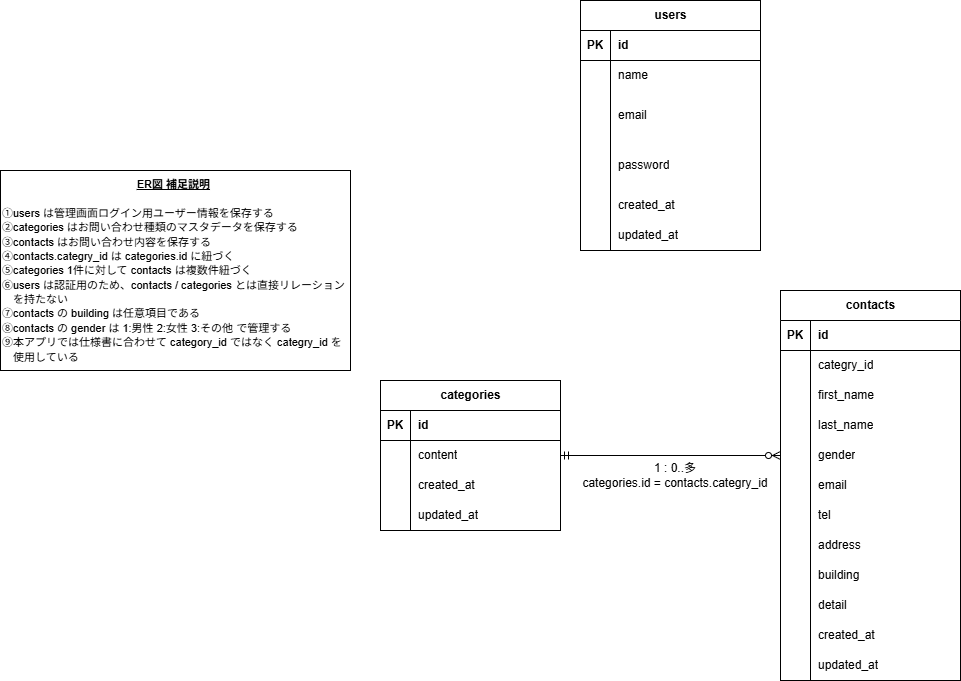
Earlier version of the draw.io export ER.drawio.png (Mussy649/masuda-kadai1). Source tidied: cells renumbered, new cells last; positions are measured from the earlier drawing's top-left corner, leaving out a move shared by most shapes.
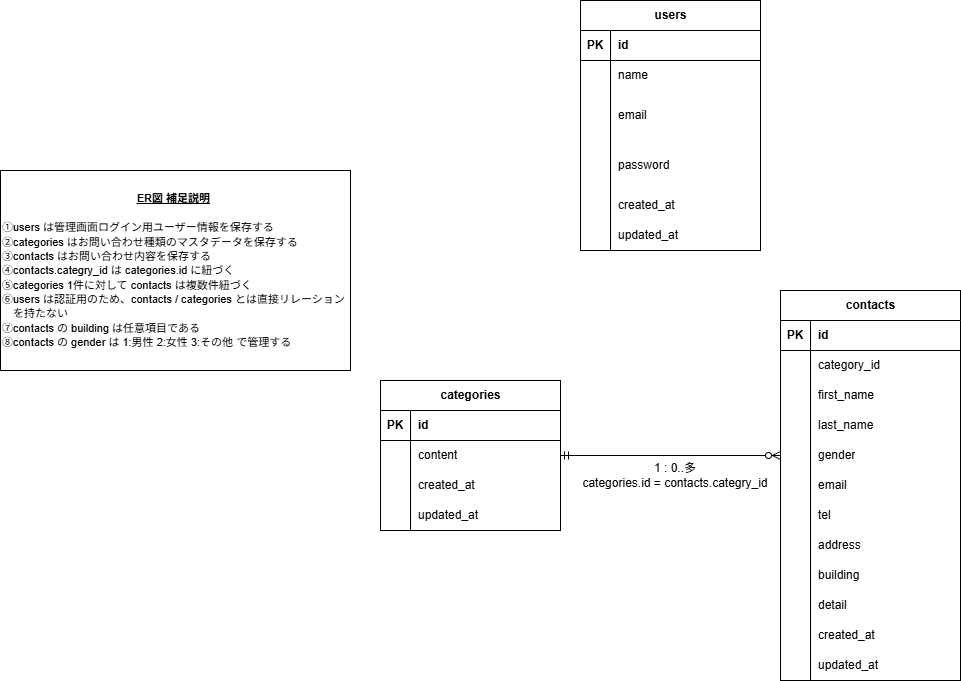
Later version of the same file.

Commit message:
Update README and ER diagram for category_id

Change to the diagram source:
```diff
@@ -2,7 +2,7 @@
   <root>
     <mxCell id="0" />
     <mxCell id="1" parent="0" />
-    <mxCell id="2" value="&lt;div style=&quot;text-align: center;&quot;&gt;&lt;span style=&quot;font-size: 11px;&quot;&gt;&lt;b&gt;&lt;u&gt;ER図 補足説明&lt;/u&gt;&lt;/b&gt;&lt;/span&gt;&lt;/div&gt;&lt;div style=&quot;text-align: center;&quot;&gt;&lt;span style=&quot;font-size: 11px;&quot;&gt;&lt;b&gt;&lt;u&gt;&lt;br&gt;&lt;/u&gt;&lt;/b&gt;&lt;/span&gt;&lt;/div&gt;&lt;div&gt;&lt;font style=&quot;font-size: 11px;&quot;&gt;①users は管理画面ログイン用ユーザー情報を保存する&lt;/font&gt;&lt;/div&gt;&lt;div&gt;&lt;font style=&quot;font-size: 11px;&quot;&gt;②categories はお問い合わせ種類のマスタデータを保存する&lt;/font&gt;&lt;/div&gt;&lt;div&gt;&lt;font style=&quot;font-size: 11px;&quot;&gt;③contacts はお問い合わせ内容を保存する&lt;/font&gt;&lt;/div&gt;&lt;div&gt;&lt;font style=&quot;font-size: 11px;&quot;&gt;④contacts.categry_id は categories.id に紐づく&lt;/font&gt;&lt;/div&gt;&lt;div&gt;&lt;font style=&quot;font-size: 11px;&quot;&gt;⑤categories 1件に対して contacts は複数件紐づく&lt;/font&gt;&lt;/div&gt;&lt;div&gt;&lt;font style=&quot;font-size: 11px;&quot;&gt;⑥users は認証用のため、contacts / categories とは直接リレーション&lt;/font&gt;&lt;/div&gt;&lt;div&gt;&lt;font style=&quot;font-size: 11px;&quot;&gt;　を持たない&lt;/font&gt;&lt;/div&gt;&lt;div&gt;&lt;font style=&quot;font-size: 11px;&quot;&gt;⑦contacts の building は任意項目である&lt;/font&gt;&lt;/div&gt;&lt;div&gt;&lt;font style=&quot;font-size: 11px;&quot;&gt;⑧contacts の gender は 1:男性 2:女性 3:その他 で管理する&lt;/font&gt;&lt;/div&gt;&lt;div style=&quot;&quot;&gt;&lt;font style=&quot;font-size: 11px;&quot;&gt;⑨本アプリでは仕様書に合わせて category_id ではなく categry_id を&lt;/font&gt;&lt;/div&gt;&lt;div style=&quot;&quot;&gt;&lt;font style=&quot;font-size: 11px;&quot;&gt;　使用している&lt;/font&gt;&lt;/div&gt;" style="rounded=0;whiteSpace=wrap;html=1;align=left;" parent="1" vertex="1">
+    <mxCell id="2" value="&lt;div style=&quot;text-align: center;&quot;&gt;&lt;span style=&quot;font-size: 11px;&quot;&gt;&lt;b&gt;&lt;u&gt;ER図 補足説明&lt;/u&gt;&lt;/b&gt;&lt;/span&gt;&lt;/div&gt;&lt;div style=&quot;text-align: center;&quot;&gt;&lt;span style=&quot;font-size: 11px;&quot;&gt;&lt;b&gt;&lt;u&gt;&lt;br&gt;&lt;/u&gt;&lt;/b&gt;&lt;/span&gt;&lt;/div&gt;&lt;div&gt;&lt;font style=&quot;font-size: 11px;&quot;&gt;①users は管理画面ログイン用ユーザー情報を保存する&lt;/font&gt;&lt;/div&gt;&lt;div&gt;&lt;font style=&quot;font-size: 11px;&quot;&gt;②categories はお問い合わせ種類のマスタデータを保存する&lt;/font&gt;&lt;/div&gt;&lt;div&gt;&lt;font style=&quot;font-size: 11px;&quot;&gt;③contacts はお問い合わせ内容を保存する&lt;/font&gt;&lt;/div&gt;&lt;div&gt;&lt;font style=&quot;font-size: 11px;&quot;&gt;④contacts.categry_id は categories.id に紐づく&lt;/font&gt;&lt;/div&gt;&lt;div&gt;&lt;font style=&quot;font-size: 11px;&quot;&gt;⑤categories 1件に対して contacts は複数件紐づく&lt;/font&gt;&lt;/div&gt;&lt;div&gt;&lt;font style=&quot;font-size: 11px;&quot;&gt;⑥users は認証用のため、contacts / categories とは直接リレーション&lt;/font&gt;&lt;/div&gt;&lt;div&gt;&lt;font style=&quot;font-size: 11px;&quot;&gt;　を持たない&lt;/font&gt;&lt;/div&gt;&lt;div&gt;&lt;font style=&quot;font-size: 11px;&quot;&gt;⑦contacts の building は任意項目である&lt;/font&gt;&lt;/div&gt;&lt;div&gt;&lt;font style=&quot;font-size: 11px;&quot;&gt;⑧contacts の gender は 1:男性 2:女性 3:その他 で管理する&lt;/font&gt;&lt;/div&gt;" style="rounded=0;whiteSpace=wrap;html=1;align=left;" parent="1" vertex="1">
       <mxGeometry y="170" width="350" height="200" as="geometry" />
     </mxCell>
     <mxCell id="3" value="users" style="shape=table;startSize=30;rowLines=0;fontStyle=1;align=center;html=1;" parent="1" vertex="1">
@@ -119,7 +119,7 @@
     <mxCell id="40" style="shape=partialRectangle;fillColor=none;top=0;left=0;bottom=0;right=0;overflow=hidden;whiteSpace=wrap;html=1;" parent="39" vertex="1">
       <mxGeometry width="30" height="30" as="geometry" />
     </mxCell>
-    <mxCell id="41" value="categry_id" style="shape=partialRectangle;fillColor=none;top=0;left=0;bottom=0;right=0;align=left;spacingLeft=6;overflow=hidden;whiteSpace=wrap;html=1;" parent="39" vertex="1">
+    <mxCell id="41" value="category_id" style="shape=partialRectangle;fillColor=none;top=0;left=0;bottom=0;right=0;align=left;spacingLeft=6;overflow=hidden;whiteSpace=wrap;html=1;" parent="39" vertex="1">
       <mxGeometry x="30" width="150" height="30" as="geometry" />
     </mxCell>
     <mxCell id="42" style="shape=tableRow;horizontal=0;startSize=0;swimlaneHead=0;swimlaneBody=0;fillColor=none;top=0;left=0;right=0;bottom=0;" parent="35" vertex="1">
```
